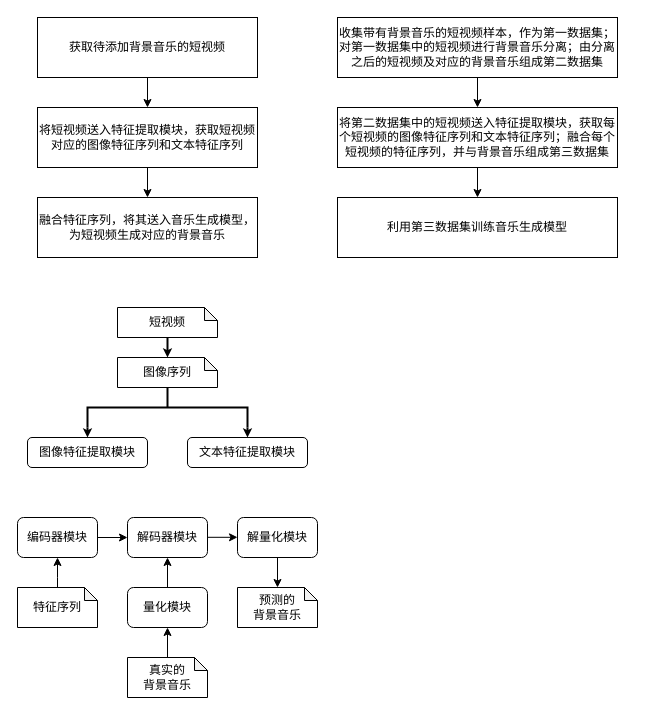
This is 未命名绘图.drawio from Nian-Chen/drawio, a draw.io file, before an edit. Source tidied: cells renumbered, new cells numbered last; positions are measured from the earlier drawing's top-left corner, leaving out a move shared by most shapes. Both pictures are drawn from the tidied source at 100%, with x=0, y=0 at pixel (17, 17).
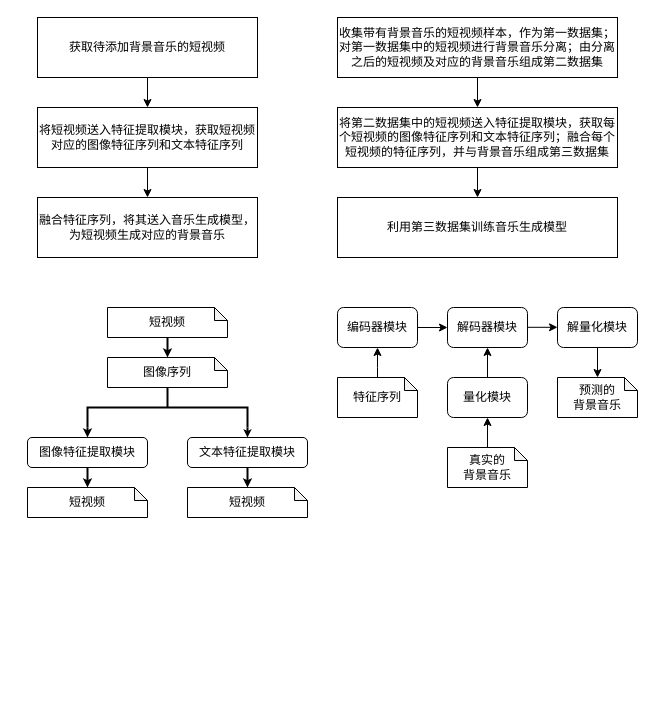
The same diagram, later.

Commit message:
更新未命名绘图.drawio

Unchanged cells that the change refers to:
```xml
<mxCell id="12" value="图像特征提取模块" style="rounded=1;whiteSpace=wrap;html=1;" parent="1" vertex="1">
  <mxGeometry x="10" y="420" width="120" height="30" as="geometry" />
</mxCell>
<mxCell id="13" style="strokeWidth=2;html=1;shape=mxgraph.flowchart.annotation_2;align=left;labelPosition=right;direction=south;" parent="1" vertex="1">
  <mxGeometry x="70" y="370" width="160" height="40" as="geometry" />
</mxCell>
<mxCell id="19" value="文本特征提取模块" style="rounded=1;whiteSpace=wrap;html=1;shadow=0;glass=0;" parent="1" vertex="1">
  <mxGeometry x="170" y="420" width="120" height="30" as="geometry" />
</mxCell>
```

The edit, as a diff of the source:
```diff
@@
+    <mxCell id="33" style="edgeStyle=orthogonalEdgeStyle;rounded=0;jettySize=auto;html=1;strokeWidth=2;endSize=3;" parent="1" edge="1" source="12" target="35">
+      <mxGeometry relative="1" as="geometry">
+        <Array as="points">
+          <mxPoint x="70" y="470" />
+          <mxPoint x="70" y="470" />
+        </Array>
+      </mxGeometry>
+    </mxCell>
@@
-    <mxCell id="14" style="endArrow=classic;html=1;rounded=0;exitX=1;exitY=0;exitDx=0;exitDy=0;exitPerimeter=0;strokeWidth=2;endSize=3;" parent="1" edge="1" source="13">
+    <mxCell id="14" style="endArrow=classic;html=1;rounded=0;exitX=1;exitY=0;exitDx=0;exitDy=0;exitPerimeter=0;strokeWidth=2;endSize=2;" parent="1" edge="1" source="13">
       <mxGeometry relative="1" as="geometry">
         <mxPoint x="230" y="420" as="targetPoint" />
       </mxGeometry>
     </mxCell>
@@
     <mxCell id="17" value="短视频" style="shape=note;whiteSpace=wrap;html=1;backgroundOutline=1;darkOpacity=0.05;size=13;" parent="1" vertex="1">
-      <mxGeometry x="100" y="290" width="100" height="30" as="geometry" />
+      <mxGeometry x="90" y="290" width="120" height="30" as="geometry" />
     </mxCell>
     <mxCell id="18" value="图像序列" style="shape=note;whiteSpace=wrap;html=1;backgroundOutline=1;darkOpacity=0.05;size=13;" parent="1" vertex="1">
-      <mxGeometry x="100" y="340" width="100" height="30" as="geometry" />
+      <mxGeometry x="90" y="340" width="120" height="30" as="geometry" />
     </mxCell>
+    <mxCell id="34" style="edgeStyle=orthogonalEdgeStyle;rounded=0;jettySize=auto;html=1;strokeWidth=2;endSize=3;entryX=0.5;entryY=0;entryDx=0;entryDy=0;entryPerimeter=0;" parent="1" edge="1" source="19" target="36">
+      <mxGeometry relative="1" as="geometry">
+        <Array as="points">
+          <mxPoint x="230" y="470" />
+          <mxPoint x="230" y="470" />
+        </Array>
+      </mxGeometry>
+    </mxCell>
@@
     <mxCell id="20" style="edgeStyle=orthogonalEdgeStyle;rounded=0;jettySize=auto;html=1;entryX=0;entryY=0.5;entryDx=0;entryDy=0;" parent="1" edge="1" target="22">
       <mxGeometry relative="1" as="geometry">
-        <mxPoint x="80" y="520" as="sourcePoint" />
+        <mxPoint x="400" y="310" as="sourcePoint" />
       </mxGeometry>
     </mxCell>
     <mxCell id="21" value="编码器模块" style="rounded=1;whiteSpace=wrap;html=1;" parent="1" vertex="1">
-      <mxGeometry y="500" width="80" height="40" as="geometry" />
+      <mxGeometry x="320" y="290" width="80" height="40" as="geometry" />
     </mxCell>
     <mxCell id="22" value="解码器模块" style="rounded=1;whiteSpace=wrap;html=1;" parent="1" vertex="1">
-      <mxGeometry x="110" y="500" width="80" height="40" as="geometry" />
+      <mxGeometry x="430" y="290" width="80" height="40" as="geometry" />
     </mxCell>
     <mxCell id="23" value="特征序列" style="shape=note;whiteSpace=wrap;html=1;backgroundOutline=1;darkOpacity=0.05;size=13;" parent="1" vertex="1">
-      <mxGeometry y="570" width="80" height="40" as="geometry" />
+      <mxGeometry x="320" y="360" width="80" height="40" as="geometry" />
     </mxCell>
@@
     <mxCell id="25" value="真实的&lt;br&gt;背景音乐" style="shape=note;whiteSpace=wrap;html=1;backgroundOutline=1;darkOpacity=0.05;size=13;" parent="1" vertex="1">
-      <mxGeometry x="110" y="640" width="80" height="40" as="geometry" />
+      <mxGeometry x="430" y="430" width="80" height="40" as="geometry" />
     </mxCell>
@@
     <mxCell id="27" value="量化模块" style="rounded=1;whiteSpace=wrap;html=1;" parent="1" vertex="1">
-      <mxGeometry x="110" y="570" width="80" height="40" as="geometry" />
+      <mxGeometry x="430" y="360" width="80" height="40" as="geometry" />
     </mxCell>
     <mxCell id="28" style="edgeStyle=orthogonalEdgeStyle;rounded=0;jettySize=auto;html=1;entryX=0.5;entryY=1;entryDx=0;entryDy=0;exitX=0.5;exitY=0;exitDx=0;exitDy=0;exitPerimeter=0;" parent="1" edge="1" source="23" target="21">
       <mxGeometry relative="1" as="geometry">
         <Array as="points">
-          <mxPoint x="40" y="560" />
-          <mxPoint x="40" y="560" />
+          <mxPoint x="360" y="350" />
+          <mxPoint x="360" y="350" />
         </Array>
       </mxGeometry>
     </mxCell>
     <mxCell id="29" value="解量化模块" style="rounded=1;whiteSpace=wrap;html=1;" parent="1" vertex="1">
-      <mxGeometry x="220" y="500" width="80" height="40" as="geometry" />
+      <mxGeometry x="540" y="290" width="80" height="40" as="geometry" />
     </mxCell>
     <mxCell id="30" style="endArrow=classic;html=1;rounded=0;" parent="1" edge="1">
       <mxGeometry relative="1" as="geometry">
-        <mxPoint x="190" y="519.8" as="sourcePoint" />
-        <mxPoint x="220" y="519.8" as="targetPoint" />
+        <mxPoint x="510" y="309.8" as="sourcePoint" />
+        <mxPoint x="540" y="309.8" as="targetPoint" />
       </mxGeometry>
     </mxCell>
     <mxCell id="31" value="预测的&lt;br&gt;背景音乐" style="shape=note;whiteSpace=wrap;html=1;backgroundOutline=1;darkOpacity=0.05;size=13;" parent="1" vertex="1">
-      <mxGeometry x="220" y="570" width="80" height="40" as="geometry" />
+      <mxGeometry x="540" y="360" width="80" height="40" as="geometry" />
     </mxCell>
@@
+    <mxCell id="35" value="短视频" style="shape=note;whiteSpace=wrap;html=1;backgroundOutline=1;darkOpacity=0.05;size=13;" parent="1" vertex="1">
+      <mxGeometry x="10" y="470" width="120" height="30" as="geometry" />
+    </mxCell>
+    <mxCell id="36" value="短视频" style="shape=note;whiteSpace=wrap;html=1;backgroundOutline=1;darkOpacity=0.05;size=13;" parent="1" vertex="1">
+      <mxGeometry x="170" y="470" width="120" height="30" as="geometry" />
+    </mxCell>
```
